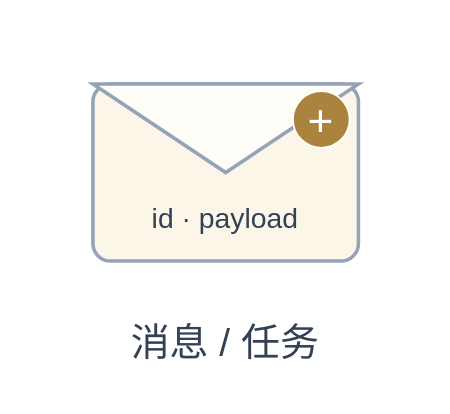
Before: assets/components/message.drawio in henry867/drawio-visuals-skill, a draw.io diagram. Source tidied: cells renumbered, new cells numbered last; positions are measured from the earlier drawing's top-left corner, leaving out a move shared by most shapes. Both pictures are drawn from the tidied source at 177%, with x=0, y=0 at pixel (30, 30).
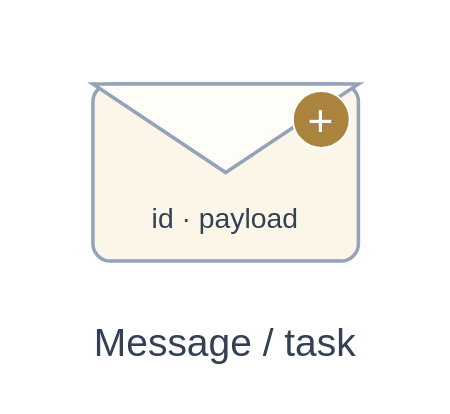
Above is the later version.

Diff of the diagram source:
```diff
@@
 <mxGraphModel background="#FFFFFF">
   <root>
     <mxCell id="0" />
     <mxCell id="1" parent="0" />
     <mxCell id="2" style="group;" parent="1" vertex="1">
       <mxGeometry width="220" height="200" as="geometry" />
     </mxCell>
     <mxCell id="3" style="html=1;whiteSpace=wrap;fontFamily=Helvetica;fontSize=20;fontColor=#334155;rounded=1;arcSize=10;fillColor=#FCF6E8;strokeColor=#94A3B8;strokeWidth=2;" parent="2" vertex="1">
       <mxGeometry x="35" y="30" width="150" height="100" as="geometry" />
     </mxCell>
     <mxCell id="4" style="html=1;whiteSpace=wrap;fontFamily=Helvetica;fontSize=20;fontColor=#334155;triangle;direction=south;fillColor=#FFFDF7;strokeColor=#94A3B8;strokeWidth=2;" parent="3" vertex="1">
       <mxGeometry width="150" height="50" as="geometry" />
     </mxCell>
     <mxCell id="5" value="+" style="html=1;whiteSpace=wrap;fontFamily=Helvetica;fontSize=20;fontColor=#334155;ellipse;fillColor=#AA843D;strokeColor=#FFFFFF;fontColor=#FFFFFF;fontSize=25;" parent="4" vertex="1">
       <mxGeometry x="113" y="4" width="32" height="32" as="geometry" />
     </mxCell>
     <mxCell id="6" value="id · payload" style="html=1;whiteSpace=wrap;fontFamily=Helvetica;fontSize=20;fontColor=#334155;text;fillColor=none;strokeColor=none;align=center;verticalAlign=middle;fontSize=16;fontColor=#334155;" parent="3" vertex="1">
       <mxGeometry x="10" y="63" width="130" height="26" as="geometry" />
     </mxCell>
-    <mxCell id="7" value="消息 / 任务" style="html=1;whiteSpace=wrap;fontFamily=Helvetica;fontSize=20;fontColor=#334155;text;fillColor=none;strokeColor=none;align=center;verticalAlign=middle;fontSize=22;fontColor=#334155;" parent="2" vertex="1">
+    <mxCell id="7" value="Message / task" style="html=1;whiteSpace=wrap;fontFamily=Helvetica;fontSize=20;fontColor=#334155;text;fillColor=none;strokeColor=none;align=center;verticalAlign=middle;fontSize=22;fontColor=#334155;" parent="2" vertex="1">
       <mxGeometry y="161" width="220" height="32" as="geometry" />
     </mxCell>
   </root>
 </mxGraphModel>
```
